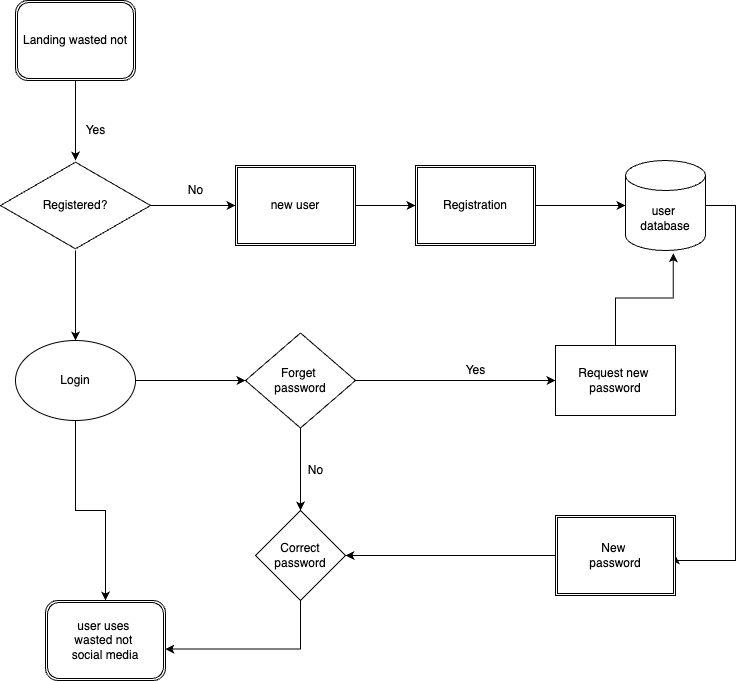
Above: capstonesUsersDiagram.drawio.png in ambermhh/Capstone-project (draw.io), before the change. Source tidied: cells renumbered, new cells last; positions are measured from the earlier drawing's top-left corner, leaving out a move shared by most shapes. The source it was exported from:
```xml
<mxGraphModel>
  <root>
    <mxCell id="0" />
    <mxCell id="1" parent="0" />
    <mxCell id="2" style="edgeStyle=orthogonalEdgeStyle;rounded=0;jettySize=auto;html=1;exitX=0.5;exitY=1;exitDx=0;exitDy=0;entryX=0.5;entryY=0;entryDx=0;entryDy=0;" parent="1" edge="1" source="4" target="5">
      <mxGeometry relative="1" as="geometry" />
    </mxCell>
    <mxCell id="3" style="edgeStyle=orthogonalEdgeStyle;rounded=0;jettySize=auto;html=1;" parent="1" edge="1" source="4" target="21">
      <mxGeometry relative="1" as="geometry" />
    </mxCell>
    <mxCell id="4" value="Login" style="ellipse;whiteSpace=wrap;html=1;" parent="1" vertex="1">
      <mxGeometry x="15" y="340" width="120" height="80" as="geometry" />
    </mxCell>
    <mxCell id="5" value="user uses&amp;nbsp;&lt;br&gt;wasted not&amp;nbsp;&lt;br&gt;social media" style="shape=ext;double=1;rounded=1;whiteSpace=wrap;html=1;" parent="1" vertex="1">
      <mxGeometry x="45" y="600" width="120" height="80" as="geometry" />
    </mxCell>
    <mxCell id="6" value="Landing wasted not" style="shape=ext;double=1;rounded=1;whiteSpace=wrap;html=1;" parent="1" vertex="1">
      <mxGeometry x="15" width="120" height="80" as="geometry" />
    </mxCell>
    <mxCell id="7" style="edgeStyle=orthogonalEdgeStyle;rounded=0;jettySize=auto;html=1;entryX=0;entryY=0.5;entryDx=0;entryDy=0;" parent="1" edge="1" source="8" target="10">
      <mxGeometry relative="1" as="geometry" />
    </mxCell>
    <mxCell id="8" value="Registered?" style="html=1;whiteSpace=wrap;shape=isoRectangle;" parent="1" vertex="1">
      <mxGeometry y="160" width="150" height="90" as="geometry" />
    </mxCell>
    <mxCell id="9" style="edgeStyle=orthogonalEdgeStyle;rounded=0;jettySize=auto;html=1;entryX=0;entryY=0.5;entryDx=0;entryDy=0;" parent="1" edge="1" source="10" target="16">
      <mxGeometry relative="1" as="geometry" />
    </mxCell>
    <mxCell id="10" value="new user" style="shape=ext;double=1;rounded=0;whiteSpace=wrap;html=1;" parent="1" vertex="1">
      <mxGeometry x="235" y="165" width="120" height="80" as="geometry" />
    </mxCell>
    <mxCell id="11" style="endArrow=classic;html=1;rounded=0;exitX=0.5;exitY=1;exitDx=0;exitDy=0;" parent="1" edge="1" source="6" target="8">
      <mxGeometry relative="1" as="geometry" />
    </mxCell>
    <mxCell id="12" value="Yes" style="text;html=1;align=center;verticalAlign=middle;strokeColor=none;fillColor=none;" parent="1" vertex="1">
      <mxGeometry x="75" y="115" width="40" height="30" as="geometry" />
    </mxCell>
    <mxCell id="13" style="endArrow=classic;html=1;rounded=0;" parent="1" edge="1" source="8">
      <mxGeometry relative="1" as="geometry">
        <mxPoint x="75" y="340" as="targetPoint" />
        <Array as="points">
          <mxPoint x="75" y="340" />
        </Array>
      </mxGeometry>
    </mxCell>
    <mxCell id="14" value="No" style="text;html=1;align=center;verticalAlign=middle;strokeColor=none;fillColor=none;" parent="1" vertex="1">
      <mxGeometry x="175" y="175" width="40" height="30" as="geometry" />
    </mxCell>
    <mxCell id="15" style="edgeStyle=orthogonalEdgeStyle;rounded=0;jettySize=auto;html=1;entryX=0;entryY=0.5;entryDx=0;entryDy=0;entryPerimeter=0;" parent="1" edge="1" source="16" target="18">
      <mxGeometry relative="1" as="geometry" />
    </mxCell>
    <mxCell id="16" value="Registration" style="shape=ext;double=1;rounded=0;whiteSpace=wrap;html=1;" parent="1" vertex="1">
      <mxGeometry x="415" y="165" width="120" height="80" as="geometry" />
    </mxCell>
    <mxCell id="17" style="edgeStyle=orthogonalEdgeStyle;rounded=0;jettySize=auto;html=1;entryX=1;entryY=0.5;entryDx=0;entryDy=0;" parent="1" edge="1" source="18" target="29">
      <mxGeometry relative="1" as="geometry">
        <Array as="points">
          <mxPoint x="735" y="205" />
          <mxPoint x="735" y="560" />
        </Array>
      </mxGeometry>
    </mxCell>
    <mxCell id="18" value="user&amp;nbsp;&lt;br&gt;database" style="shape=cylinder3;whiteSpace=wrap;html=1;boundedLbl=1;backgroundOutline=1;size=15;" parent="1" vertex="1">
      <mxGeometry x="625" y="160" width="80" height="90" as="geometry" />
    </mxCell>
    <mxCell id="19" style="edgeStyle=orthogonalEdgeStyle;rounded=0;jettySize=auto;html=1;" parent="1" edge="1" source="21" target="23">
      <mxGeometry relative="1" as="geometry" />
    </mxCell>
    <mxCell id="20" style="edgeStyle=orthogonalEdgeStyle;rounded=0;jettySize=auto;html=1;" parent="1" edge="1" source="21" target="26">
      <mxGeometry relative="1" as="geometry" />
    </mxCell>
    <mxCell id="21" value="Forget&amp;nbsp;&lt;br&gt;password" style="rhombus;whiteSpace=wrap;html=1;" parent="1" vertex="1">
      <mxGeometry x="245" y="332.5" width="110" height="95" as="geometry" />
    </mxCell>
    <mxCell id="22" style="edgeStyle=orthogonalEdgeStyle;rounded=0;jettySize=auto;html=1;entryX=0.597;entryY=1.031;entryDx=0;entryDy=0;entryPerimeter=0;" parent="1" edge="1" source="23" target="18">
      <mxGeometry relative="1" as="geometry" />
    </mxCell>
    <mxCell id="23" value="Request new&amp;nbsp;&lt;br&gt;password" style="whiteSpace=wrap;html=1;" parent="1" vertex="1">
      <mxGeometry x="555" y="345" width="120" height="70" as="geometry" />
    </mxCell>
    <mxCell id="24" value="Yes" style="text;html=1;align=center;verticalAlign=middle;strokeColor=none;fillColor=none;" parent="1" vertex="1">
      <mxGeometry x="455" y="355" width="40" height="30" as="geometry" />
    </mxCell>
    <mxCell id="25" style="edgeStyle=orthogonalEdgeStyle;rounded=0;jettySize=auto;html=1;entryX=0.998;entryY=0.607;entryDx=0;entryDy=0;entryPerimeter=0;exitX=0.5;exitY=1;exitDx=0;exitDy=0;" parent="1" edge="1" source="26" target="5">
      <mxGeometry relative="1" as="geometry" />
    </mxCell>
    <mxCell id="26" value="Correct&lt;br&gt;password" style="rhombus;whiteSpace=wrap;html=1;" parent="1" vertex="1">
      <mxGeometry x="255" y="510" width="90" height="90" as="geometry" />
    </mxCell>
    <mxCell id="27" value="No" style="text;html=1;align=center;verticalAlign=middle;strokeColor=none;fillColor=none;" parent="1" vertex="1">
      <mxGeometry x="295" y="455" width="40" height="30" as="geometry" />
    </mxCell>
    <mxCell id="28" style="edgeStyle=orthogonalEdgeStyle;rounded=0;jettySize=auto;html=1;entryX=1;entryY=0.5;entryDx=0;entryDy=0;" parent="1" edge="1" source="29" target="26">
      <mxGeometry relative="1" as="geometry" />
    </mxCell>
    <mxCell id="29" value="New&amp;nbsp;&lt;br&gt;password" style="shape=ext;double=1;rounded=0;whiteSpace=wrap;html=1;" parent="1" vertex="1">
      <mxGeometry x="555" y="515" width="120" height="80" as="geometry" />
    </mxCell>
  </root>
</mxGraphModel>
```
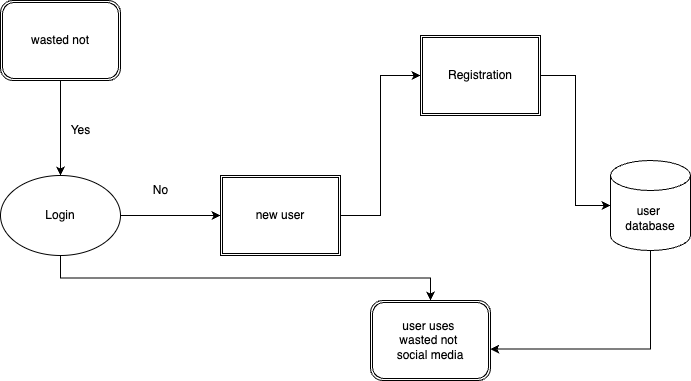
After the commit.

Change to the diagram source:
```diff
@@ -5,96 +5,44 @@
     <mxCell id="2" style="edgeStyle=orthogonalEdgeStyle;rounded=0;jettySize=auto;html=1;exitX=0.5;exitY=1;exitDx=0;exitDy=0;entryX=0.5;entryY=0;entryDx=0;entryDy=0;" parent="1" edge="1" source="4" target="5">
       <mxGeometry relative="1" as="geometry" />
     </mxCell>
-    <mxCell id="3" style="edgeStyle=orthogonalEdgeStyle;rounded=0;jettySize=auto;html=1;" parent="1" edge="1" source="4" target="21">
-      <mxGeometry relative="1" as="geometry" />
-    </mxCell>
     <mxCell id="4" value="Login" style="ellipse;whiteSpace=wrap;html=1;" parent="1" vertex="1">
-      <mxGeometry x="15" y="340" width="120" height="80" as="geometry" />
+      <mxGeometry x="15" y="175" width="120" height="80" as="geometry" />
     </mxCell>
     <mxCell id="5" value="user uses&amp;nbsp;&lt;br&gt;wasted not&amp;nbsp;&lt;br&gt;social media" style="shape=ext;double=1;rounded=1;whiteSpace=wrap;html=1;" parent="1" vertex="1">
-      <mxGeometry x="45" y="600" width="120" height="80" as="geometry" />
+      <mxGeometry x="385" y="300" width="120" height="80" as="geometry" />
     </mxCell>
-    <mxCell id="6" value="Landing wasted not" style="shape=ext;double=1;rounded=1;whiteSpace=wrap;html=1;" parent="1" vertex="1">
+    <mxCell id="6" value="wasted not" style="shape=ext;double=1;rounded=1;whiteSpace=wrap;html=1;" parent="1" vertex="1">
       <mxGeometry x="15" width="120" height="80" as="geometry" />
     </mxCell>
-    <mxCell id="7" style="edgeStyle=orthogonalEdgeStyle;rounded=0;jettySize=auto;html=1;entryX=0;entryY=0.5;entryDx=0;entryDy=0;" parent="1" edge="1" source="8" target="10">
+    <mxCell id="7" style="edgeStyle=orthogonalEdgeStyle;rounded=0;jettySize=auto;html=1;exitX=1;exitY=0.5;exitDx=0;exitDy=0;entryX=0;entryY=0.5;entryDx=0;entryDy=0;" parent="1" edge="1" source="4" target="10">
       <mxGeometry relative="1" as="geometry" />
     </mxCell>
-    <mxCell id="8" value="Registered?" style="html=1;whiteSpace=wrap;shape=isoRectangle;" parent="1" vertex="1">
-      <mxGeometry y="160" width="150" height="90" as="geometry" />
-    </mxCell>
     <mxCell id="9" style="edgeStyle=orthogonalEdgeStyle;rounded=0;jettySize=auto;html=1;entryX=0;entryY=0.5;entryDx=0;entryDy=0;" parent="1" edge="1" source="10" target="16">
       <mxGeometry relative="1" as="geometry" />
     </mxCell>
     <mxCell id="10" value="new user" style="shape=ext;double=1;rounded=0;whiteSpace=wrap;html=1;" parent="1" vertex="1">
-      <mxGeometry x="235" y="165" width="120" height="80" as="geometry" />
+      <mxGeometry x="235" y="175" width="120" height="80" as="geometry" />
     </mxCell>
-    <mxCell id="11" style="endArrow=classic;html=1;rounded=0;exitX=0.5;exitY=1;exitDx=0;exitDy=0;" parent="1" edge="1" source="6" target="8">
+    <mxCell id="11" style="endArrow=classic;html=1;rounded=0;exitX=0.5;exitY=1;exitDx=0;exitDy=0;entryX=0.5;entryY=0;entryDx=0;entryDy=0;" parent="1" edge="1" source="6" target="4">
       <mxGeometry relative="1" as="geometry" />
     </mxCell>
     <mxCell id="12" value="Yes" style="text;html=1;align=center;verticalAlign=middle;strokeColor=none;fillColor=none;" parent="1" vertex="1">
       <mxGeometry x="75" y="115" width="40" height="30" as="geometry" />
     </mxCell>
-    <mxCell id="13" style="endArrow=classic;html=1;rounded=0;" parent="1" edge="1" source="8">
-      <mxGeometry relative="1" as="geometry">
-        <mxPoint x="75" y="340" as="targetPoint" />
-        <Array as="points">
-          <mxPoint x="75" y="340" />
-        </Array>
-      </mxGeometry>
-    </mxCell>
     <mxCell id="14" value="No" style="text;html=1;align=center;verticalAlign=middle;strokeColor=none;fillColor=none;" parent="1" vertex="1">
-      <mxGeometry x="175" y="175" width="40" height="30" as="geometry" />
+      <mxGeometry x="155" y="175" width="40" height="30" as="geometry" />
     </mxCell>
     <mxCell id="15" style="edgeStyle=orthogonalEdgeStyle;rounded=0;jettySize=auto;html=1;entryX=0;entryY=0.5;entryDx=0;entryDy=0;entryPerimeter=0;" parent="1" edge="1" source="16" target="18">
       <mxGeometry relative="1" as="geometry" />
     </mxCell>
     <mxCell id="16" value="Registration" style="shape=ext;double=1;rounded=0;whiteSpace=wrap;html=1;" parent="1" vertex="1">
-      <mxGeometry x="415" y="165" width="120" height="80" as="geometry" />
+      <mxGeometry x="435" y="35" width="120" height="80" as="geometry" />
     </mxCell>
-    <mxCell id="17" style="edgeStyle=orthogonalEdgeStyle;rounded=0;jettySize=auto;html=1;entryX=1;entryY=0.5;entryDx=0;entryDy=0;" parent="1" edge="1" source="18" target="29">
-      <mxGeometry relative="1" as="geometry">
-        <Array as="points">
-          <mxPoint x="735" y="205" />
-          <mxPoint x="735" y="560" />
-        </Array>
-      </mxGeometry>
-    </mxCell>
     <mxCell id="18" value="user&amp;nbsp;&lt;br&gt;database" style="shape=cylinder3;whiteSpace=wrap;html=1;boundedLbl=1;backgroundOutline=1;size=15;" parent="1" vertex="1">
       <mxGeometry x="625" y="160" width="80" height="90" as="geometry" />
     </mxCell>
-    <mxCell id="19" style="edgeStyle=orthogonalEdgeStyle;rounded=0;jettySize=auto;html=1;" parent="1" edge="1" source="21" target="23">
-      <mxGeometry relative="1" as="geometry" />
-    </mxCell>
-    <mxCell id="20" style="edgeStyle=orthogonalEdgeStyle;rounded=0;jettySize=auto;html=1;" parent="1" edge="1" source="21" target="26">
-      <mxGeometry relative="1" as="geometry" />
-    </mxCell>
-    <mxCell id="21" value="Forget&amp;nbsp;&lt;br&gt;password" style="rhombus;whiteSpace=wrap;html=1;" parent="1" vertex="1">
-      <mxGeometry x="245" y="332.5" width="110" height="95" as="geometry" />
-    </mxCell>
-    <mxCell id="22" style="edgeStyle=orthogonalEdgeStyle;rounded=0;jettySize=auto;html=1;entryX=0.597;entryY=1.031;entryDx=0;entryDy=0;entryPerimeter=0;" parent="1" edge="1" source="23" target="18">
-      <mxGeometry relative="1" as="geometry" />
-    </mxCell>
-    <mxCell id="23" value="Request new&amp;nbsp;&lt;br&gt;password" style="whiteSpace=wrap;html=1;" parent="1" vertex="1">
-      <mxGeometry x="555" y="345" width="120" height="70" as="geometry" />
-    </mxCell>
-    <mxCell id="24" value="Yes" style="text;html=1;align=center;verticalAlign=middle;strokeColor=none;fillColor=none;" parent="1" vertex="1">
-      <mxGeometry x="455" y="355" width="40" height="30" as="geometry" />
-    </mxCell>
-    <mxCell id="25" style="edgeStyle=orthogonalEdgeStyle;rounded=0;jettySize=auto;html=1;entryX=0.998;entryY=0.607;entryDx=0;entryDy=0;entryPerimeter=0;exitX=0.5;exitY=1;exitDx=0;exitDy=0;" parent="1" edge="1" source="26" target="5">
+    <mxCell id="25" style="edgeStyle=orthogonalEdgeStyle;rounded=0;jettySize=auto;html=1;entryX=0.998;entryY=0.607;entryDx=0;entryDy=0;entryPerimeter=0;exitX=0.5;exitY=1;exitDx=0;exitDy=0;exitPerimeter=0;" parent="1" edge="1" source="18" target="5">
       <mxGeometry relative="1" as="geometry" />
     </mxCell>
-    <mxCell id="26" value="Correct&lt;br&gt;password" style="rhombus;whiteSpace=wrap;html=1;" parent="1" vertex="1">
-      <mxGeometry x="255" y="510" width="90" height="90" as="geometry" />
-    </mxCell>
-    <mxCell id="27" value="No" style="text;html=1;align=center;verticalAlign=middle;strokeColor=none;fillColor=none;" parent="1" vertex="1">
-      <mxGeometry x="295" y="455" width="40" height="30" as="geometry" />
-    </mxCell>
-    <mxCell id="28" style="edgeStyle=orthogonalEdgeStyle;rounded=0;jettySize=auto;html=1;entryX=1;entryY=0.5;entryDx=0;entryDy=0;" parent="1" edge="1" source="29" target="26">
-      <mxGeometry relative="1" as="geometry" />
-    </mxCell>
-    <mxCell id="29" value="New&amp;nbsp;&lt;br&gt;password" style="shape=ext;double=1;rounded=0;whiteSpace=wrap;html=1;" parent="1" vertex="1">
-      <mxGeometry x="555" y="515" width="120" height="80" as="geometry" />
-    </mxCell>
   </root>
 </mxGraphModel>
```
